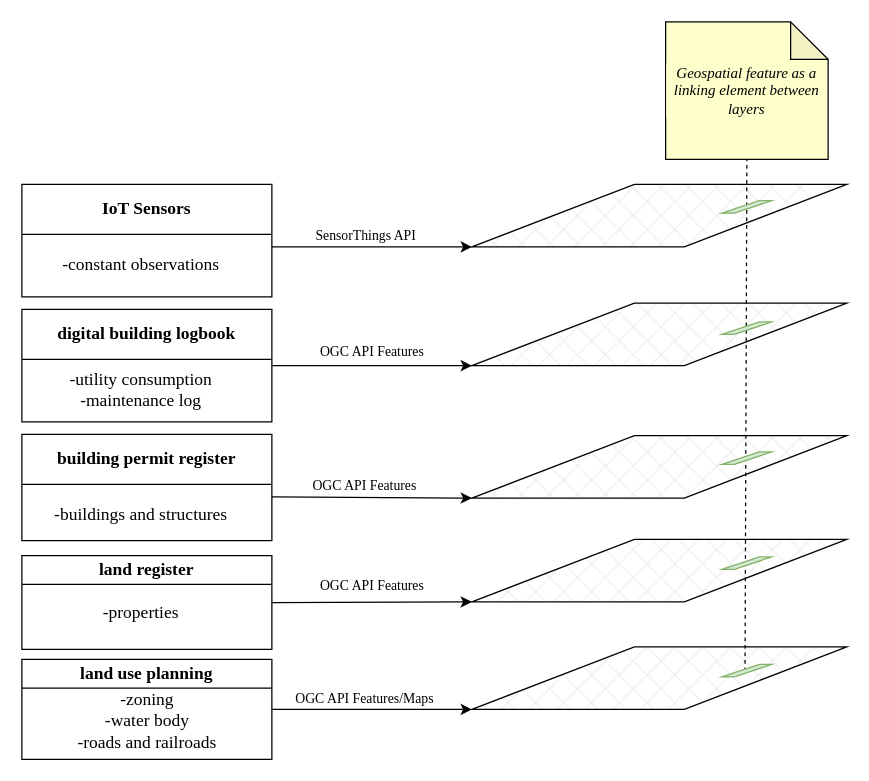
Earlier version of the draw.io diagram thesis/udt-layers.drawio (timoruohomaki/LUT-DAP). Source tidied: cells renumbered, new cells numbered last; positions are measured from the earlier drawing's top-left corner, leaving out a move shared by most shapes. Both pictures are drawn from the tidied source at 125%, with x=0, y=0 at pixel (21, 21).
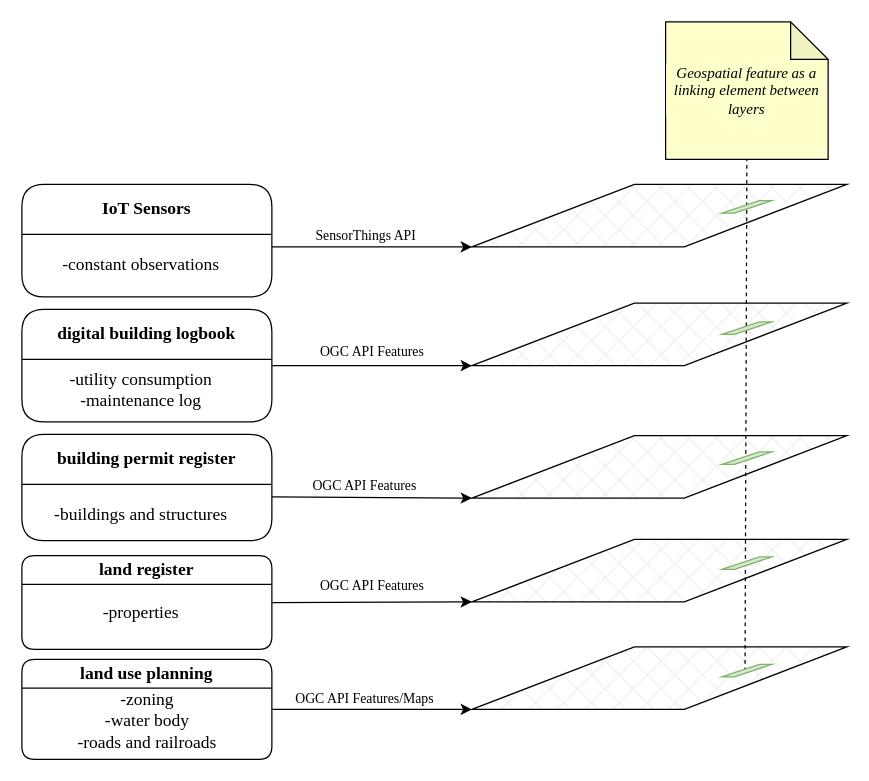
The same diagram, later.

Diff of the diagram source:
```diff
@@
-    <mxCell id="14" value="land use planning" style="swimlane;whiteSpace=wrap;html=1;hachureGap=4;fontFamily=Times New Roman;fontSize=14;fontStyle=1;" parent="1" vertex="1">
+    <mxCell id="14" value="land use planning" style="swimlane;whiteSpace=wrap;html=1;hachureGap=4;fontFamily=Times New Roman;fontSize=14;fontStyle=1;rounded=1;" parent="1" vertex="1">
       <mxGeometry y="510" width="200" height="80" as="geometry" />
     </mxCell>
@@
-    <mxCell id="16" value="land register" style="swimlane;whiteSpace=wrap;html=1;hachureGap=4;fontFamily=Times New Roman;fontSize=14;" parent="1" vertex="1">
+    <mxCell id="16" value="land register" style="swimlane;whiteSpace=wrap;html=1;hachureGap=4;fontFamily=Times New Roman;fontSize=14;rounded=1;" parent="1" vertex="1">
       <mxGeometry y="427" width="200" height="75" as="geometry" />
     </mxCell>
@@
-    <mxCell id="18" value="building permit register" style="swimlane;whiteSpace=wrap;html=1;hachureGap=4;fontFamily=Times New Roman;fontSize=14;startSize=40;" parent="1" vertex="1">
+    <mxCell id="18" value="building permit register" style="swimlane;whiteSpace=wrap;html=1;hachureGap=4;fontFamily=Times New Roman;fontSize=14;startSize=40;rounded=1;" parent="1" vertex="1">
       <mxGeometry y="330" width="200" height="85" as="geometry" />
     </mxCell>
@@
-    <mxCell id="20" value="digital building logbook" style="swimlane;whiteSpace=wrap;html=1;hachureGap=4;fontFamily=Times New Roman;fontSize=14;startSize=40;" parent="1" vertex="1">
+    <mxCell id="20" value="digital building logbook" style="swimlane;whiteSpace=wrap;html=1;hachureGap=4;fontFamily=Times New Roman;fontSize=14;startSize=40;rounded=1;" parent="1" vertex="1">
       <mxGeometry y="230" width="200" height="90" as="geometry" />
     </mxCell>
@@
-    <mxCell id="22" value="IoT Sensors" style="swimlane;whiteSpace=wrap;html=1;hachureGap=4;fontFamily=Times New Roman;fontSize=14;startSize=40;" parent="1" vertex="1">
+    <mxCell id="22" value="IoT Sensors" style="swimlane;whiteSpace=wrap;html=1;hachureGap=4;fontFamily=Times New Roman;fontSize=14;startSize=40;rounded=1;" parent="1" vertex="1">
       <mxGeometry y="130" width="200" height="90" as="geometry" />
     </mxCell>
@@
-    <mxCell id="24" style="shape=parallelogram;perimeter=parallelogramPerimeter;whiteSpace=wrap;html=1;fixedSize=1;hachureGap=4;fontFamily=Architects Daughter;fontSize=20;size=130;fillStyle=cross-hatch;fillColor=#E0E0E0;" parent="1" vertex="1">
+    <mxCell id="24" style="shape=parallelogram;perimeter=parallelogramPerimeter;whiteSpace=wrap;html=1;fixedSize=1;hachureGap=4;fontFamily=Architects Daughter;fontSize=20;size=130;fillStyle=cross-hatch;fillColor=#E0E0E0;shadow=0;" parent="1" vertex="1">
       <mxGeometry x="360" y="130" width="300" height="50" as="geometry" />
     </mxCell>
```
